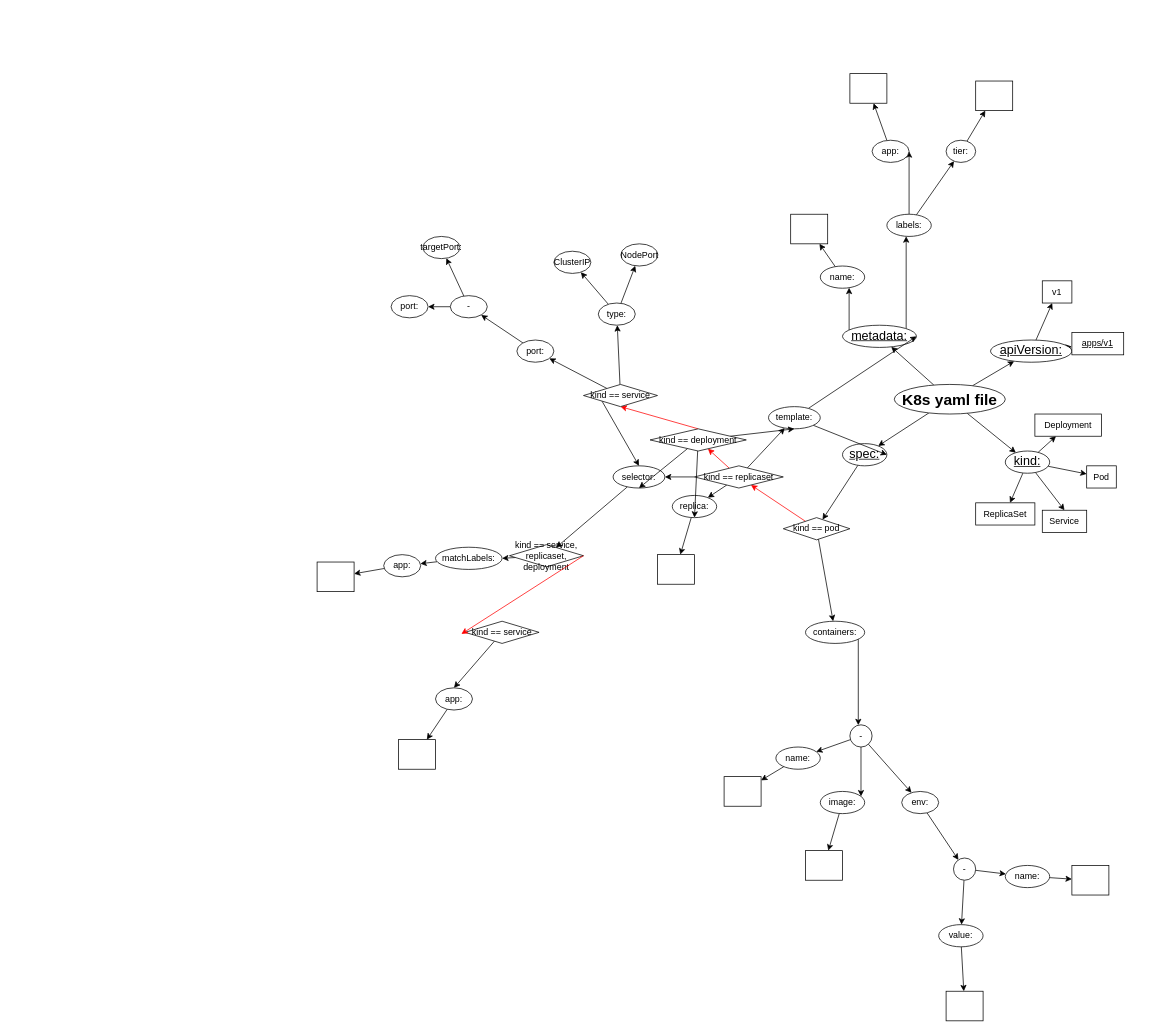
Earlier version of the draw.io diagram basic-yaml.drawio (baotang2118/k8s-yaml-file-chart). Source tidied: cells renumbered, new cells numbered last; positions are measured from the earlier drawing's top-left corner, leaving out a move shared by most shapes. Both pictures are drawn from the tidied source at 74%, with x=0, y=0 at pixel (317, 73).
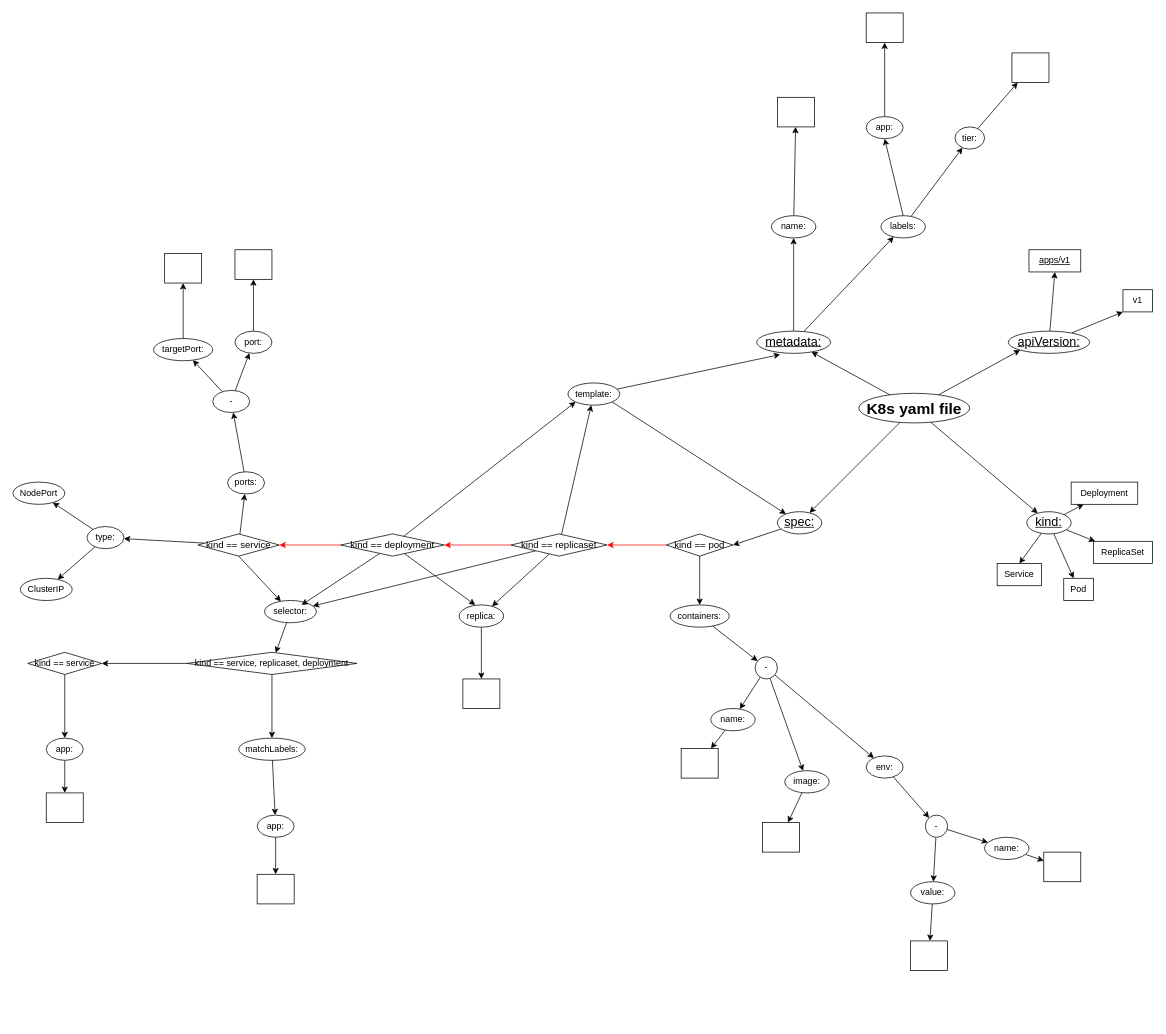
The same page after the edit.

Diff of the diagram source:
```diff
@@
-    <mxCell id="2" style="edgeStyle=orthogonalEdgeStyle;rounded=0;jettySize=auto;html=1;noEdgeStyle=1;orthogonal=1;fontSize=12;" parent="1" edge="1" source="6" target="9">
-      <mxGeometry relative="1" as="geometry" />
-    </mxCell>
@@
+    <mxCell id="2" style="rounded=0;jettySize=auto;html=1;entryX=0;entryY=1;entryDx=0;entryDy=0;" parent="1" edge="1" source="6" target="9">
+      <mxGeometry relative="1" as="geometry" />
+    </mxCell>
     <mxCell id="6" value="K8s yaml file" style="ellipse;whiteSpace=wrap;html=1;fontStyle=1;fontSize=21;" parent="1" vertex="1">
-      <mxGeometry x="780" y="420" width="150" height="40" as="geometry" />
+      <mxGeometry x="732" y="432" width="150" height="40" as="geometry" />
     </mxCell>
+    <mxCell id="8" style="rounded=0;jettySize=auto;html=1;entryX=0.5;entryY=1;entryDx=0;entryDy=0;" parent="1" edge="1" source="9" target="55">
+      <mxGeometry relative="1" as="geometry" />
+    </mxCell>
-    <mxCell id="7" style="edgeStyle=orthogonalEdgeStyle;rounded=0;jettySize=auto;html=1;noEdgeStyle=1;fontSize=12;" parent="1" edge="1" source="9" target="51">
+    <mxCell id="7" style="rounded=0;jettySize=auto;html=1;entryX=0;entryY=1;entryDx=0;entryDy=0;" parent="1" edge="1" source="9" target="51">
       <mxGeometry relative="1" as="geometry" />
     </mxCell>
-    <mxCell id="8" style="edgeStyle=orthogonalEdgeStyle;rounded=0;jettySize=auto;html=1;noEdgeStyle=1;fontSize=12;" parent="1" edge="1" source="9" target="55">
-      <mxGeometry relative="1" as="geometry" />
-    </mxCell>
     <mxCell id="9" value="apiVersion:" style="ellipse;whiteSpace=wrap;html=1;shadow=0;fontStyle=4;fontSize=17;" parent="1" vertex="1">
-      <mxGeometry x="910" y="360" width="110" height="30" as="geometry" />
+      <mxGeometry x="934" y="348" width="110" height="30" as="geometry" />
     </mxCell>
@@
     <mxCell id="14" value="kind:" style="ellipse;whiteSpace=wrap;html=1;fontStyle=4;fontSize=17;" parent="1" vertex="1">
-      <mxGeometry x="930" y="510" width="60" height="30" as="geometry" />
+      <mxGeometry x="959" y="592" width="60" height="30" as="geometry" />
     </mxCell>
@@
     <mxCell id="17" value="metadata:" style="ellipse;whiteSpace=wrap;html=1;fontStyle=4;fontSize=17;" parent="1" vertex="1">
-      <mxGeometry x="710" y="340" width="100" height="30" as="geometry" />
+      <mxGeometry x="594" y="348" width="100" height="30" as="geometry" />
     </mxCell>
-    <mxCell id="18" style="edgeStyle=orthogonalEdgeStyle;rounded=0;jettySize=auto;html=1;noEdgeStyle=1;fontSize=12;" parent="1" edge="1" source="19" target="59">
+    <mxCell id="18" style="edgeStyle=orthogonalEdgeStyle;rounded=0;jettySize=auto;html=1;noEdgeStyle=1;fontSize=12;strokeColor=default;entryX=1;entryY=0.5;entryDx=0;entryDy=0;" parent="1" edge="1" source="19" target="59">
       <mxGeometry relative="1" as="geometry" />
     </mxCell>
     <mxCell id="19" value="spec:" style="ellipse;whiteSpace=wrap;html=1;fontStyle=4;fontSize=17;" parent="1" vertex="1">
-      <mxGeometry x="710" y="500" width="60" height="30" as="geometry" />
+      <mxGeometry x="622" y="592" width="60" height="30" as="geometry" />
     </mxCell>
@@
     <mxCell id="21" value="name:" style="ellipse;whiteSpace=wrap;html=1;fontSize=12;" parent="1" vertex="1">
-      <mxGeometry x="680" y="260" width="60" height="30" as="geometry" />
+      <mxGeometry x="614" y="192" width="60" height="30" as="geometry" />
     </mxCell>
+    <mxCell id="23" style="edgeStyle=orthogonalEdgeStyle;rounded=0;jettySize=auto;html=1;noEdgeStyle=1;fontSize=12;" parent="1" edge="1" source="24" target="41">
+      <mxGeometry relative="1" as="geometry" />
+    </mxCell>
-    <mxCell id="22" style="edgeStyle=orthogonalEdgeStyle;rounded=0;jettySize=auto;html=1;noEdgeStyle=1;orthogonal=1;fontSize=12;" parent="1" edge="1" source="24" target="26">
+    <mxCell id="22" style="rounded=0;jettySize=auto;html=1;exitX=0.5;exitY=0;exitDx=0;exitDy=0;entryX=0.5;entryY=1;entryDx=0;entryDy=0;" parent="1" edge="1" source="24" target="26">
       <mxGeometry relative="1" as="geometry" />
     </mxCell>
-    <mxCell id="23" style="edgeStyle=orthogonalEdgeStyle;rounded=0;jettySize=auto;html=1;noEdgeStyle=1;fontSize=12;" parent="1" edge="1" source="24" target="41">
-      <mxGeometry relative="1" as="geometry" />
-    </mxCell>
     <mxCell id="24" value="labels:" style="ellipse;whiteSpace=wrap;html=1;fontSize=12;" parent="1" vertex="1">
-      <mxGeometry x="770" y="190" width="60" height="30" as="geometry" />
+      <mxGeometry x="762" y="192" width="60" height="30" as="geometry" />
     </mxCell>
@@
     <mxCell id="26" value="app:" style="ellipse;whiteSpace=wrap;html=1;fontSize=12;" parent="1" vertex="1">
-      <mxGeometry x="750" y="90" width="50" height="30" as="geometry" />
+      <mxGeometry x="742" y="58" width="50" height="30" as="geometry" />
     </mxCell>
@@
     <mxCell id="28" value="containers:" style="ellipse;whiteSpace=wrap;html=1;fontSize=12;" parent="1" vertex="1">
-      <mxGeometry x="660" y="740" width="80" height="30" as="geometry" />
+      <mxGeometry x="477" y="718" width="80" height="30" as="geometry" />
     </mxCell>
@@
     <mxCell id="32" value="-" style="ellipse;whiteSpace=wrap;html=1;fontSize=12;" parent="1" vertex="1">
-      <mxGeometry x="720" y="880" width="30" height="30" as="geometry" />
+      <mxGeometry x="592" y="788" width="30" height="30" as="geometry" />
     </mxCell>
@@
     <mxCell id="34" value="name:" style="ellipse;whiteSpace=wrap;html=1;fontSize=12;" parent="1" vertex="1">
-      <mxGeometry x="620" y="910" width="60" height="30" as="geometry" />
+      <mxGeometry x="532" y="858" width="60" height="30" as="geometry" />
     </mxCell>
@@
     <mxCell id="36" value="image:" style="ellipse;whiteSpace=wrap;html=1;fontSize=12;" parent="1" vertex="1">
-      <mxGeometry x="680" y="970" width="60" height="30" as="geometry" />
+      <mxGeometry x="632" y="942" width="60" height="30" as="geometry" />
     </mxCell>
     <mxCell id="37" style="whiteSpace=wrap;html=1;fontSize=12;" parent="1" vertex="1">
-      <mxGeometry x="640" y="190" width="50" height="40" as="geometry" />
+      <mxGeometry x="622" y="32" width="50" height="40" as="geometry" />
     </mxCell>
     <mxCell id="38" style="whiteSpace=wrap;html=1;fontSize=12;" parent="1" vertex="1">
-      <mxGeometry x="660" y="1050" width="50" height="40" as="geometry" />
+      <mxGeometry x="602" y="1012" width="50" height="40" as="geometry" />
     </mxCell>
     <mxCell id="39" style="whiteSpace=wrap;html=1;fontSize=12;" parent="1" vertex="1">
-      <mxGeometry x="550" y="950" width="50" height="40" as="geometry" />
+      <mxGeometry x="492" y="912" width="50" height="40" as="geometry" />
     </mxCell>
@@
     <mxCell id="41" value="tier:" style="ellipse;whiteSpace=wrap;html=1;fontSize=12;" parent="1" vertex="1">
-      <mxGeometry x="850" y="90" width="40" height="30" as="geometry" />
+      <mxGeometry x="862" y="72" width="40" height="30" as="geometry" />
     </mxCell>
@@
     <mxCell id="43" value="env:" style="ellipse;whiteSpace=wrap;html=1;fontSize=12;" parent="1" vertex="1">
-      <mxGeometry x="790" y="970" width="50" height="30" as="geometry" />
+      <mxGeometry x="742" y="922" width="50" height="30" as="geometry" />
     </mxCell>
@@
     <mxCell id="46" value="-" style="ellipse;whiteSpace=wrap;html=1;fontSize=12;" parent="1" vertex="1">
-      <mxGeometry x="860" y="1060" width="30" height="30" as="geometry" />
+      <mxGeometry x="822" y="1002" width="30" height="30" as="geometry" />
     </mxCell>
@@
     <mxCell id="48" value="name:" style="ellipse;whiteSpace=wrap;html=1;fontSize=12;" parent="1" vertex="1">
-      <mxGeometry x="930" y="1070" width="60" height="30" as="geometry" />
+      <mxGeometry x="902" y="1032" width="60" height="30" as="geometry" />
     </mxCell>
@@
     <mxCell id="50" value="value:" style="ellipse;whiteSpace=wrap;html=1;fontSize=12;" parent="1" vertex="1">
-      <mxGeometry x="840" y="1150" width="60" height="30" as="geometry" />
+      <mxGeometry x="802" y="1092" width="60" height="30" as="geometry" />
     </mxCell>
     <mxCell id="51" value="v1" style="whiteSpace=wrap;html=1;fontSize=12;" parent="1" vertex="1">
-      <mxGeometry x="980" y="280" width="40" height="30" as="geometry" />
+      <mxGeometry x="1089" y="292" width="40" height="30" as="geometry" />
     </mxCell>
     <mxCell id="52" value="Pod" style="whiteSpace=wrap;html=1;fontSize=12;" parent="1" vertex="1">
-      <mxGeometry x="1040" y="530" width="40" height="30" as="geometry" />
+      <mxGeometry x="1009" y="682" width="40" height="30" as="geometry" />
     </mxCell>
     <mxCell id="53" style="whiteSpace=wrap;html=1;fontSize=12;" parent="1" vertex="1">
-      <mxGeometry x="1020" y="1070" width="50" height="40" as="geometry" />
+      <mxGeometry x="982" y="1052" width="50" height="40" as="geometry" />
     </mxCell>
     <mxCell id="54" style="whiteSpace=wrap;html=1;fontSize=12;" parent="1" vertex="1">
-      <mxGeometry x="850" y="1240" width="50" height="40" as="geometry" />
+      <mxGeometry x="802" y="1172" width="50" height="40" as="geometry" />
     </mxCell>
     <mxCell id="55" value="apps/v1" style="whiteSpace=wrap;html=1;shadow=0;fontStyle=4;fontSize=12;" parent="1" vertex="1">
-      <mxGeometry x="1020" y="350" width="70" height="30" as="geometry" />
+      <mxGeometry x="962" y="238" width="70" height="30" as="geometry" />
     </mxCell>
     <mxCell id="56" value="ReplicaSet" style="rounded=0;whiteSpace=wrap;html=1;fontSize=12;" parent="1" vertex="1">
-      <mxGeometry x="890" y="580" width="80" height="30" as="geometry" />
+      <mxGeometry x="1049" y="632" width="80" height="30" as="geometry" />
     </mxCell>
-    <mxCell id="57" style="edgeStyle=orthogonalEdgeStyle;rounded=0;jettySize=auto;html=1;entryDx=0;entryDy=0;noEdgeStyle=1;fontSize=12;" parent="1" edge="1" source="59" target="28">
+    <mxCell id="57" style="edgeStyle=orthogonalEdgeStyle;rounded=0;jettySize=auto;html=1;entryDx=0;entryDy=0;noEdgeStyle=1;fontSize=12;exitX=0.5;exitY=1;exitDx=0;exitDy=0;" parent="1" edge="1" source="59" target="28">
       <mxGeometry relative="1" as="geometry" />
     </mxCell>
@@
-    <mxCell id="59" value="kind == pod" style="rhombus;whiteSpace=wrap;html=1;fontStyle=0;fontSize=12;" parent="1" vertex="1">
-      <mxGeometry x="630" y="600" width="90" height="30" as="geometry" />
+    <mxCell id="59" value="kind == pod" style="rhombus;whiteSpace=wrap;html=1;fontStyle=0;fontSize=13;" parent="1" vertex="1">
+      <mxGeometry x="472" y="622" width="90" height="30" as="geometry" />
     </mxCell>
@@
-    <mxCell id="64" value="kind == replicaset" style="rhombus;whiteSpace=wrap;html=1;fontStyle=0;fontSize=12;" parent="1" vertex="1">
-      <mxGeometry x="510" y="530" width="120" height="30" as="geometry" />
+    <mxCell id="64" value="kind == replicaset" style="rhombus;whiteSpace=wrap;html=1;fontStyle=0;fontSize=13;" parent="1" vertex="1">
+      <mxGeometry x="262" y="622" width="130" height="30" as="geometry" />
     </mxCell>
@@
     <mxCell id="66" value="replica:" style="ellipse;whiteSpace=wrap;html=1;fontStyle=0;fontSize=12;" parent="1" vertex="1">
-      <mxGeometry x="480" y="570" width="60" height="30" as="geometry" />
+      <mxGeometry x="192" y="718" width="60" height="30" as="geometry" />
     </mxCell>
@@
     <mxCell id="68" value="selector:" style="ellipse;whiteSpace=wrap;html=1;fontStyle=0;fontSize=12;" parent="1" vertex="1">
-      <mxGeometry x="400" y="530" width="70" height="30" as="geometry" />
+      <mxGeometry x="-71" y="712" width="70" height="30" as="geometry" />
     </mxCell>
-    <mxCell id="69" style="edgeStyle=orthogonalEdgeStyle;rounded=0;jettySize=auto;html=1;entryX=1;entryY=0.5;entryDx=0;entryDy=0;noEdgeStyle=1;fontSize=12;" parent="1" edge="1" source="71" target="17">
-      <mxGeometry relative="1" as="geometry" />
-    </mxCell>
-    <mxCell id="70" style="rounded=0;jettySize=auto;html=1;entryX=1;entryY=0.5;entryDx=0;entryDy=0;elbow=vertical;noEdgeStyle=1;fontSize=12;" parent="1" edge="1" source="71" target="19">
+    <mxCell id="70" style="rounded=0;jettySize=auto;html=1;exitX=1;exitY=1;exitDx=0;exitDy=0;" parent="1" edge="1" source="71" target="19">
       <mxGeometry relative="1" as="geometry" />
     </mxCell>
     <mxCell id="71" value="template:" style="ellipse;whiteSpace=wrap;html=1;fontStyle=0;fontSize=12;" parent="1" vertex="1">
-      <mxGeometry x="610" y="450" width="70" height="30" as="geometry" />
+      <mxGeometry x="339" y="418" width="70" height="30" as="geometry" />
     </mxCell>
     <mxCell id="72" style="whiteSpace=wrap;html=1;fontStyle=0;fontSize=12;" parent="1" vertex="1">
-      <mxGeometry x="460" y="650" width="50" height="40" as="geometry" />
+      <mxGeometry x="197" y="818" width="50" height="40" as="geometry" />
     </mxCell>
@@
     <mxCell id="74" value="matchLabels:" style="ellipse;whiteSpace=wrap;html=1;fontStyle=0;fontSize=12;" parent="1" vertex="1">
-      <mxGeometry x="160" y="640" width="90" height="30" as="geometry" />
+      <mxGeometry x="-106" y="898" width="90" height="30" as="geometry" />
     </mxCell>
@@
     <mxCell id="76" value="app:" style="ellipse;whiteSpace=wrap;html=1;fontStyle=0;fontSize=12;" parent="1" vertex="1">
-      <mxGeometry x="90" y="650" width="50" height="30" as="geometry" />
+      <mxGeometry x="-81" y="1002" width="50" height="30" as="geometry" />
     </mxCell>
     <mxCell id="77" style="whiteSpace=wrap;html=1;fontStyle=0;fontSize=12;" parent="1" vertex="1">
-      <mxGeometry y="660" width="50" height="40" as="geometry" />
+      <mxGeometry x="-81" y="1082" width="50" height="40" as="geometry" />
     </mxCell>
     <mxCell id="78" style="whiteSpace=wrap;html=1;fontSize=12;" parent="1" vertex="1">
-      <mxGeometry x="890" y="10" width="50" height="40" as="geometry" />
+      <mxGeometry x="939" y="-28" width="50" height="40" as="geometry" />
     </mxCell>
     <mxCell id="79" style="whiteSpace=wrap;html=1;fontSize=12;" parent="1" vertex="1">
-      <mxGeometry x="720" width="50" height="40" as="geometry" />
+      <mxGeometry x="742" y="-82" width="50" height="40" as="geometry" />
     </mxCell>
     <mxCell id="80" value="Deployment" style="whiteSpace=wrap;html=1;fontSize=12;" parent="1" vertex="1">
-      <mxGeometry x="970" y="460" width="90" height="30" as="geometry" />
+      <mxGeometry x="1019" y="552" width="90" height="30" as="geometry" />
     </mxCell>
-    <mxCell id="81" style="edgeStyle=orthogonalEdgeStyle;rounded=0;jettySize=auto;html=1;entryX=0.5;entryY=1;entryDx=0;entryDy=0;noEdgeStyle=1;fontSize=12;" parent="1" edge="1" source="85" target="71">
-      <mxGeometry relative="1" as="geometry" />
-    </mxCell>
-    <mxCell id="82" style="edgeStyle=orthogonalEdgeStyle;rounded=0;jettySize=auto;html=1;entryX=0.5;entryY=1;entryDx=0;entryDy=0;noEdgeStyle=1;fontSize=12;" parent="1" edge="1" source="85" target="66">
+    <mxCell id="82" style="edgeStyle=orthogonalEdgeStyle;rounded=0;jettySize=auto;html=1;entryX=0.363;entryY=0;entryDx=0;entryDy=0;noEdgeStyle=1;fontSize=12;entryPerimeter=0;" parent="1" edge="1" source="85" target="66">
       <mxGeometry relative="1" as="geometry" />
     </mxCell>
-    <mxCell id="83" style="edgeStyle=orthogonalEdgeStyle;rounded=0;jettySize=auto;html=1;entryX=0.5;entryY=1;entryDx=0;entryDy=0;noEdgeStyle=1;fontSize=12;" parent="1" edge="1" source="85" target="68">
+    <mxCell id="83" style="edgeStyle=orthogonalEdgeStyle;rounded=0;jettySize=auto;html=1;noEdgeStyle=1;fontSize=12;entryX=0.714;entryY=0.2;entryDx=0;entryDy=0;entryPerimeter=0;" parent="1" edge="1" source="85" target="68">
       <mxGeometry relative="1" as="geometry" />
     </mxCell>
-    <mxCell id="84" style="edgeStyle=orthogonalEdgeStyle;rounded=0;jettySize=auto;html=1;exitX=0.5;exitY=0;exitDx=0;exitDy=0;entryX=0.5;entryY=1;entryDx=0;entryDy=0;strokeColor=#FF0000;noEdgeStyle=1;" parent="1" edge="1" source="85" target="89">
+    <mxCell id="84" style="edgeStyle=orthogonalEdgeStyle;rounded=0;jettySize=auto;html=1;exitX=0;exitY=0.5;exitDx=0;exitDy=0;entryX=1;entryY=0.5;entryDx=0;entryDy=0;strokeColor=#FF0000;noEdgeStyle=1;" parent="1" edge="1" source="85" target="89">
       <mxGeometry relative="1" as="geometry" />
     </mxCell>
+    <mxCell id="81" style="rounded=0;jettySize=auto;html=1;entryX=0;entryY=1;entryDx=0;entryDy=0;" parent="1" edge="1" source="85" target="71">
+      <mxGeometry relative="1" as="geometry" />
+    </mxCell>
-    <mxCell id="85" value="kind == deployment" style="rhombus;whiteSpace=wrap;html=1;fontStyle=0;fontSize=12;" parent="1" vertex="1">
-      <mxGeometry x="450" y="480" width="130" height="30" as="geometry" />
+    <mxCell id="85" value="kind == deployment" style="rhombus;whiteSpace=wrap;html=1;fontStyle=0;fontSize=13;" parent="1" vertex="1">
+      <mxGeometry x="32" y="622" width="140" height="30" as="geometry" />
     </mxCell>
@@
-    <mxCell id="88" style="edgeStyle=orthogonalEdgeStyle;rounded=0;jettySize=auto;html=1;exitX=0;exitY=1;exitDx=0;exitDy=0;entryX=0.5;entryY=0;entryDx=0;entryDy=0;noEdgeStyle=1;" parent="1" edge="1" source="89" target="68">
+    <mxCell id="88" style="rounded=0;jettySize=auto;html=1;exitX=0.5;exitY=1;exitDx=0;exitDy=0;" parent="1" edge="1" source="89" target="68">
       <mxGeometry relative="1" as="geometry" />
     </mxCell>
-    <mxCell id="89" value="kind == service" style="rhombus;whiteSpace=wrap;html=1;" parent="1" vertex="1">
-      <mxGeometry x="360" y="420" width="100" height="30" as="geometry" />
+    <mxCell id="89" value="kind == service" style="rhombus;whiteSpace=wrap;html=1;fontSize=13;" parent="1" vertex="1">
+      <mxGeometry x="-161" y="622" width="110" height="30" as="geometry" />
     </mxCell>
     <mxCell id="90" value="Service" style="rounded=0;whiteSpace=wrap;html=1;" parent="1" vertex="1">
-      <mxGeometry x="980" y="590" width="60" height="30" as="geometry" />
+      <mxGeometry x="919" y="662" width="60" height="30" as="geometry" />
     </mxCell>
@@
-    <mxCell id="92" value="port:" style="ellipse;whiteSpace=wrap;html=1;" parent="1" vertex="1">
-      <mxGeometry x="270" y="360" width="50" height="30" as="geometry" />
+    <mxCell id="92" value="ports:" style="ellipse;whiteSpace=wrap;html=1;" parent="1" vertex="1">
+      <mxGeometry x="-121" y="538" width="50" height="30" as="geometry" />
     </mxCell>
@@
     <mxCell id="95" value="type:" style="ellipse;whiteSpace=wrap;html=1;" parent="1" vertex="1">
-      <mxGeometry x="380" y="310" width="50" height="30" as="geometry" />
+      <mxGeometry x="-311" y="612" width="50" height="30" as="geometry" />
     </mxCell>
@@
     <mxCell id="98" value="-" style="ellipse;whiteSpace=wrap;html=1;" parent="1" vertex="1">
-      <mxGeometry x="180" y="300" width="50" height="30" as="geometry" />
+      <mxGeometry x="-141" y="428" width="50" height="30" as="geometry" />
     </mxCell>
+    <mxCell id="111" style="edgeStyle=orthogonalEdgeStyle;rounded=0;jettySize=auto;html=1;" parent="1" edge="1" source="99" target="114">
+      <mxGeometry relative="1" as="geometry" />
+    </mxCell>
     <mxCell id="99" value="port:" style="ellipse;whiteSpace=wrap;html=1;" parent="1" vertex="1">
-      <mxGeometry x="100" y="300" width="50" height="30" as="geometry" />
+      <mxGeometry x="-111" y="348" width="50" height="30" as="geometry" />
     </mxCell>
+    <mxCell id="112" style="edgeStyle=orthogonalEdgeStyle;rounded=0;jettySize=auto;html=1;" parent="1" edge="1" source="100" target="113">
+      <mxGeometry relative="1" as="geometry" />
+    </mxCell>
     <mxCell id="100" value="targetPort:" style="ellipse;whiteSpace=wrap;html=1;" parent="1" vertex="1">
-      <mxGeometry x="143" y="220" width="50" height="30" as="geometry" />
+      <mxGeometry x="-221" y="358" width="80" height="30" as="geometry" />
     </mxCell>
     <mxCell id="101" value="NodePort" style="ellipse;whiteSpace=wrap;html=1;" parent="1" vertex="1">
-      <mxGeometry x="410.5" y="230" width="50" height="30" as="geometry" />
+      <mxGeometry x="-411" y="552" width="70" height="30" as="geometry" />
     </mxCell>
     <mxCell id="102" value="ClusterIP" style="ellipse;whiteSpace=wrap;html=1;" parent="1" vertex="1">
-      <mxGeometry x="320" y="240" width="50" height="30" as="geometry" />
+      <mxGeometry x="-401" y="682" width="70" height="30" as="geometry" />
     </mxCell>
-    <mxCell id="103" style="edgeStyle=orthogonalEdgeStyle;rounded=0;jettySize=auto;html=1;entryX=1;entryY=0.5;entryDx=0;entryDy=0;noEdgeStyle=1;" parent="1" edge="1" source="104" target="74">
+    <mxCell id="103" style="edgeStyle=orthogonalEdgeStyle;rounded=0;jettySize=auto;html=1;entryX=0.5;entryY=0;entryDx=0;entryDy=0;noEdgeStyle=1;" parent="1" edge="1" source="104" target="74">
       <mxGeometry relative="1" as="geometry" />
     </mxCell>
+    <mxCell id="107" style="rounded=0;jettySize=auto;html=1;entryX=1;entryY=0.5;entryDx=0;entryDy=0;" parent="1" edge="1" source="104" target="106">
+      <mxGeometry relative="1" as="geometry" />
+    </mxCell>
     <mxCell id="104" value="kind == service, replicaset, deployment" style="rhombus;whiteSpace=wrap;html=1;" parent="1" vertex="1">
-      <mxGeometry x="260" y="636.5" width="100" height="30" as="geometry" />
+      <mxGeometry x="-176" y="782" width="230" height="30" as="geometry" />
     </mxCell>
@@
     <mxCell id="106" value="kind == service" style="rhombus;whiteSpace=wrap;html=1;" parent="1" vertex="1">
-      <mxGeometry x="200" y="740" width="100" height="30" as="geometry" />
+      <mxGeometry x="-391" y="782" width="100" height="30" as="geometry" />
     </mxCell>
-    <mxCell id="107" style="edgeStyle=orthogonalEdgeStyle;rounded=0;jettySize=auto;html=1;exitX=1;exitY=0.5;exitDx=0;exitDy=0;entryX=-0.05;entryY=0.575;entryDx=0;entryDy=0;entryPerimeter=0;strokeColor=#FF0000;noEdgeStyle=1;" parent="1" edge="1" source="104" target="106">
-      <mxGeometry relative="1" as="geometry" />
-    </mxCell>
@@
     <mxCell id="109" value="app:" style="ellipse;whiteSpace=wrap;html=1;fontStyle=0;fontSize=12;" parent="1" vertex="1">
-      <mxGeometry x="160" y="830" width="50" height="30" as="geometry" />
+      <mxGeometry x="-366" y="898" width="50" height="30" as="geometry" />
     </mxCell>
     <mxCell id="110" style="whiteSpace=wrap;html=1;fontStyle=0;fontSize=12;" parent="1" vertex="1">
-      <mxGeometry x="110" y="900" width="50" height="40" as="geometry" />
+      <mxGeometry x="-366" y="972" width="50" height="40" as="geometry" />
     </mxCell>
+    <mxCell id="69" style="rounded=0;jettySize=auto;html=1;entryX=0.318;entryY=1.053;entryDx=0;entryDy=0;entryPerimeter=0;" parent="1" edge="1" source="71" target="17">
+      <mxGeometry relative="1" as="geometry" />
+    </mxCell>
+    <mxCell id="113" style="whiteSpace=wrap;html=1;" parent="1" vertex="1">
+      <mxGeometry x="-206" y="243" width="50" height="40" as="geometry" />
+    </mxCell>
+    <mxCell id="114" style="whiteSpace=wrap;html=1;" parent="1" vertex="1">
+      <mxGeometry x="-111" y="238" width="50" height="40" as="geometry" />
+    </mxCell>
```
